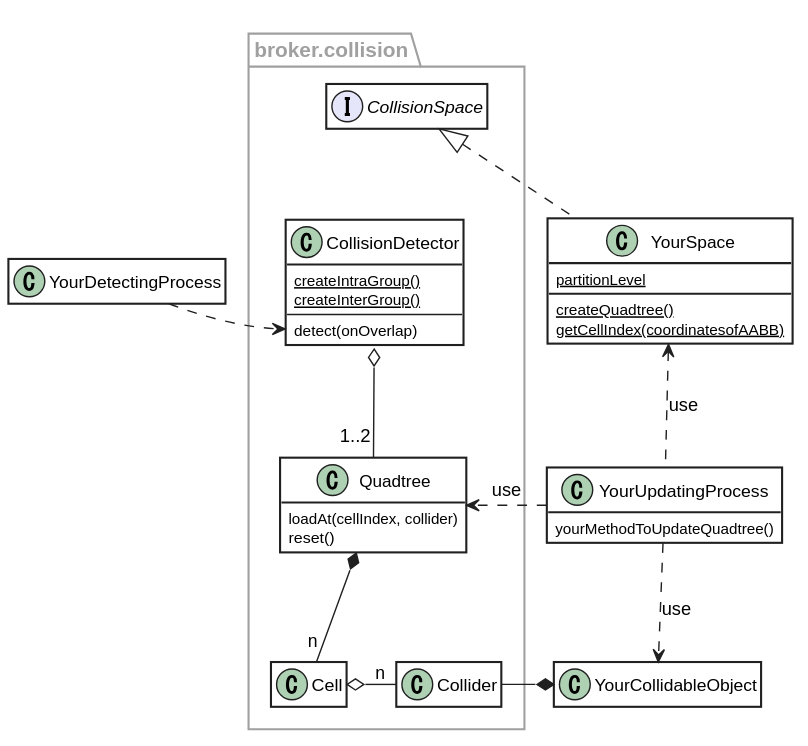
Before: docs/collision.svg, a diagram exported from PlantUML (fal-works/broker).
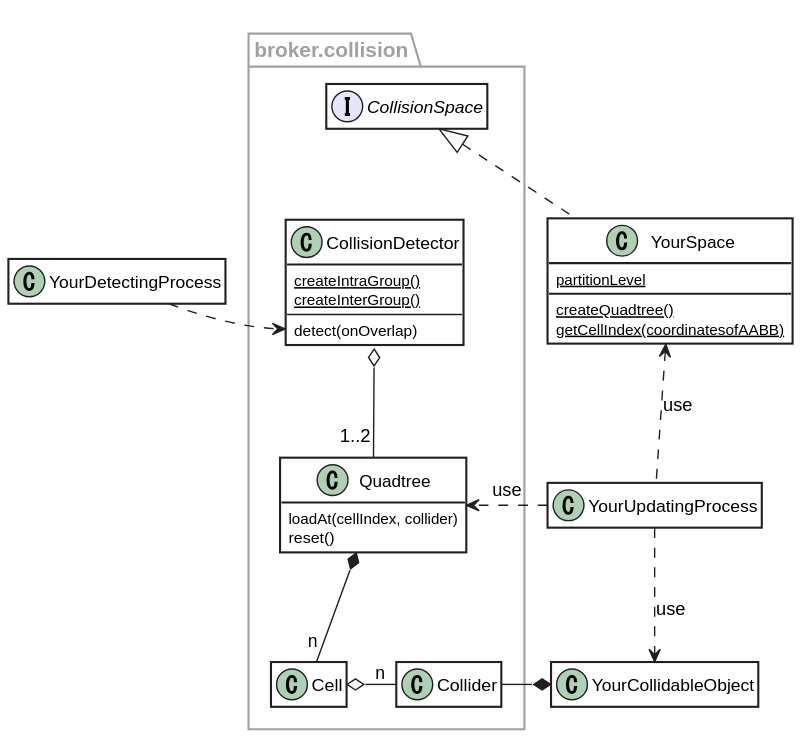
The same diagram one commit later.

Change to the diagram source:
```diff
@@ -50,9 +50,7 @@
     {static} createQuadtree()
     {static} getCellIndex(coordinatesofAABB)
   }
-  Class YourUpdatingProcess {
-    yourMethodToUpdateQuadtree()
-  }
+  Class YourUpdatingProcess
   class YourCollidableObject
 
   YourSpace <.. YourUpdatingProcess : use
```
